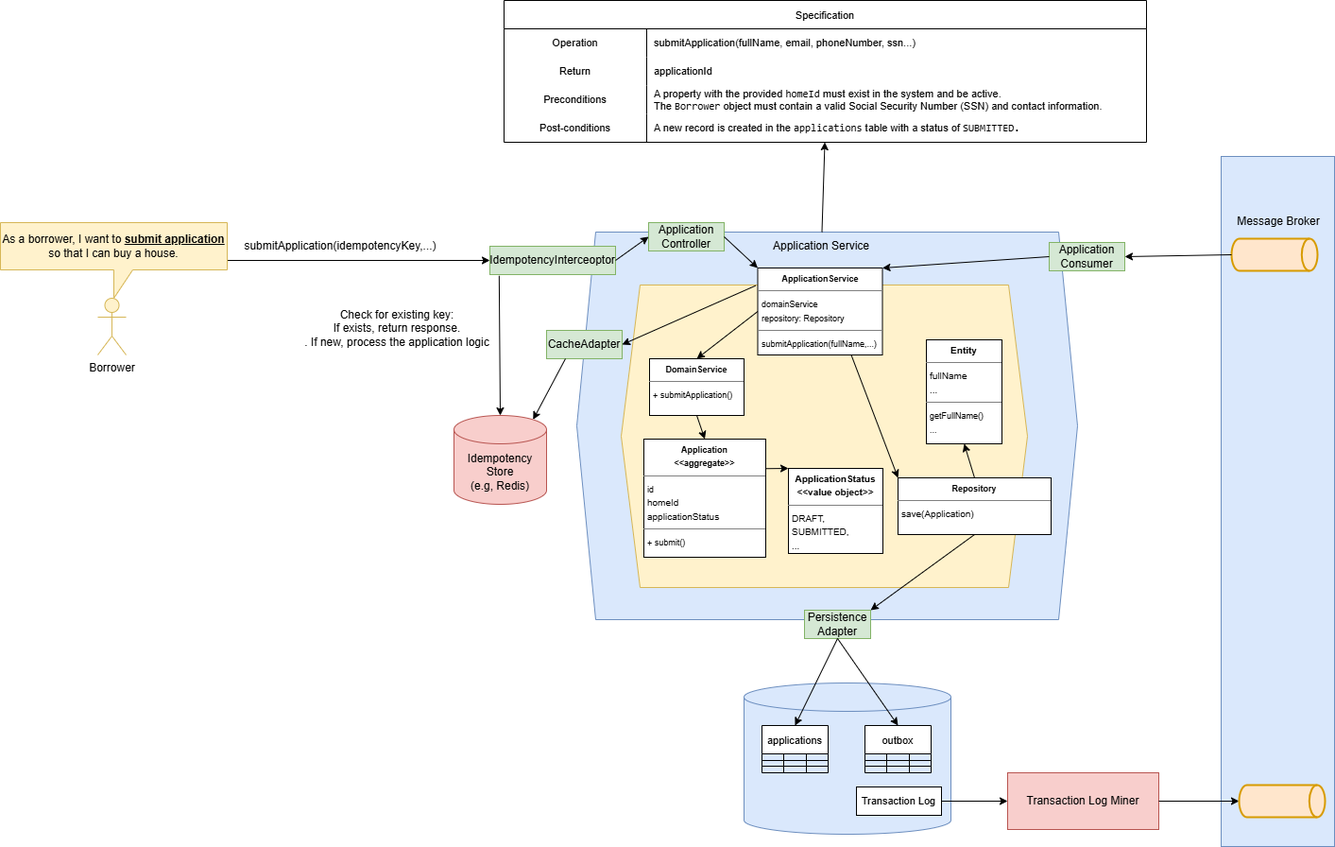
Earlier version of the draw.io export 02-architecture/05-service-design.png (huynm20051990/loan-origination-system). Source tidied: cells renumbered, new cells last; positions are measured from the earlier drawing's top-left corner, leaving out a move shared by most shapes.
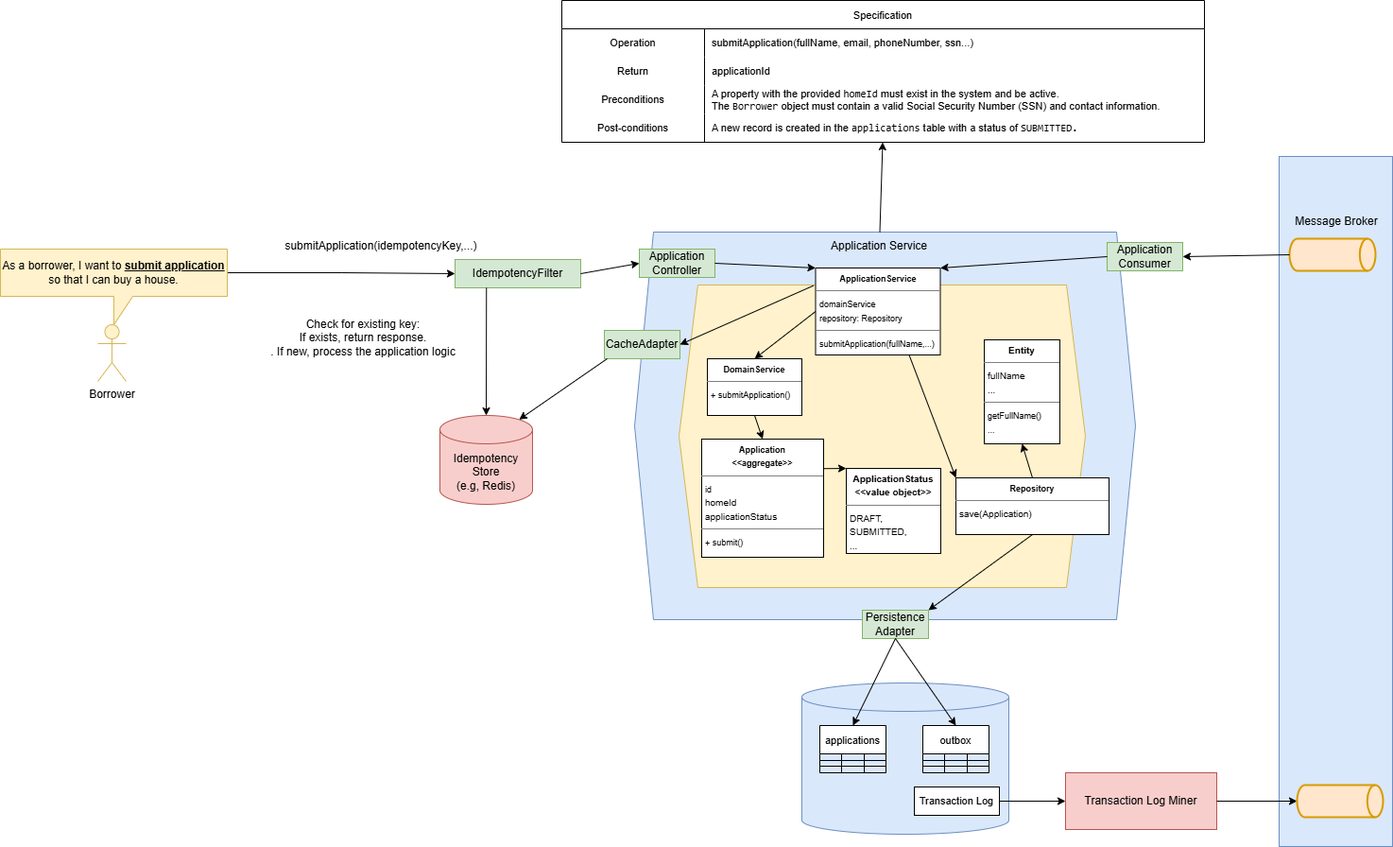
The same diagram one commit later.

Commit message:
Fix small issue in service design

The edit, as a diff of the source:
```diff
@@ -3,13 +3,13 @@
     <mxCell id="0" />
     <mxCell id="1" parent="0" />
     <mxCell id="2" value="Borrower" style="shape=umlActor;verticalLabelPosition=bottom;verticalAlign=top;html=1;fillColor=#fff2cc;strokeColor=#d6b656;" parent="1" vertex="1">
-      <mxGeometry x="103" y="315" width="30" height="60" as="geometry" />
+      <mxGeometry x="42" y="343" width="30" height="60" as="geometry" />
     </mxCell>
-    <mxCell id="3" style="edgeStyle=orthogonalEdgeStyle;rounded=0;jettySize=auto;html=1;entryX=0;entryY=0.5;entryDx=0;entryDy=0;" parent="1" edge="1" source="4" target="77">
+    <mxCell id="3" style="edgeStyle=orthogonalEdgeStyle;rounded=0;jettySize=auto;html=1;entryX=0;entryY=0.5;entryDx=0;entryDy=0;exitX=0;exitY=0;exitDx=240;exitDy=25;exitPerimeter=0;" parent="1" edge="1" source="4" target="77">
       <mxGeometry relative="1" as="geometry" />
     </mxCell>
     <mxCell id="4" value="As a borrower, I want to &lt;b&gt;&lt;u&gt;submit application&lt;/u&gt;&lt;/b&gt; so that I can buy a house." style="shape=callout;whiteSpace=wrap;html=1;perimeter=calloutPerimeter;fillColor=#fff2cc;strokeColor=#d6b656;" parent="1" vertex="1">
-      <mxGeometry y="235" width="240" height="80" as="geometry" />
+      <mxGeometry x="-61" y="263" width="240" height="80" as="geometry" />
     </mxCell>
     <mxCell id="5" style="shape=hexagon;perimeter=hexagonPerimeter2;whiteSpace=wrap;html=1;fixedSize=1;fillColor=#dae8fc;strokeColor=#6c8ebf;" parent="1" vertex="1">
       <mxGeometry x="610" y="245" width="530" height="410" as="geometry" />
@@ -18,7 +18,7 @@
       <mxGeometry x="657" y="301" width="430" height="320" as="geometry" />
     </mxCell>
     <mxCell id="7" value="submitApplication(idempotencyKey,...)" style="text;html=1;whiteSpace=wrap;strokeColor=none;fillColor=none;align=center;verticalAlign=middle;rounded=0;" parent="1" vertex="1">
-      <mxGeometry x="330" y="245" width="60" height="30" as="geometry" />
+      <mxGeometry x="312" y="245" width="60" height="30" as="geometry" />
     </mxCell>
     <mxCell id="8" value="Specification" style="shape=table;startSize=30;rowLines=0;fontStyle=0;strokeColor=default;fontSize=11;" parent="1" vertex="1">
       <mxGeometry x="533" width="680" height="150" as="geometry" />
@@ -60,7 +60,7 @@
       <mxGeometry x="151" width="529" height="30" as="geometry" />
     </mxCell>
     <mxCell id="21" value="Application Controller" style="rounded=0;whiteSpace=wrap;html=1;fillColor=#d5e8d4;strokeColor=#82b366;" parent="1" vertex="1">
-      <mxGeometry x="686" y="235" width="80" height="30" as="geometry" />
+      <mxGeometry x="615" y="263" width="80" height="30" as="geometry" />
     </mxCell>
     <mxCell id="22" value="Persistence Adapter" style="rounded=0;whiteSpace=wrap;html=1;fillColor=#d5e8d4;strokeColor=#82b366;" parent="1" vertex="1">
       <mxGeometry x="851" y="645" width="70" height="30" as="geometry" />
@@ -227,8 +227,8 @@
     <mxCell id="76" style="endArrow=classic;html=1;rounded=0;exitX=0.331;exitY=0.002;exitDx=0;exitDy=0;entryX=1;entryY=0.5;entryDx=0;entryDy=0;exitPerimeter=0;" parent="1" edge="1" source="6" target="83">
       <mxGeometry relative="1" as="geometry" />
     </mxCell>
-    <mxCell id="77" value="IdempotencyInterceoptor" style="rounded=0;whiteSpace=wrap;html=1;fillColor=#d5e8d4;strokeColor=#82b366;" parent="1" vertex="1">
-      <mxGeometry x="518" y="260" width="133" height="30" as="geometry" />
+    <mxCell id="77" value="IdempotencyFilter" style="rounded=0;whiteSpace=wrap;html=1;fillColor=#d5e8d4;strokeColor=#82b366;" parent="1" vertex="1">
+      <mxGeometry x="420" y="274" width="133" height="30" as="geometry" />
     </mxCell>
     <mxCell id="78" value="Application Service" style="text;html=1;whiteSpace=wrap;strokeColor=none;fillColor=none;align=center;verticalAlign=middle;rounded=0;" parent="1" vertex="1">
       <mxGeometry x="804" y="245" width="130" height="30" as="geometry" />
@@ -237,13 +237,13 @@
       <mxGeometry relative="1" as="geometry" />
     </mxCell>
     <mxCell id="80" value="Idempotency Store&lt;br&gt;(e.g, Redis)" style="shape=cylinder3;whiteSpace=wrap;html=1;boundedLbl=1;backgroundOutline=1;size=15;fillColor=#f8cecc;strokeColor=#b85450;" parent="1" vertex="1">
-      <mxGeometry x="480" y="439" width="98" height="94" as="geometry" />
+      <mxGeometry x="404" y="439" width="98" height="94" as="geometry" />
     </mxCell>
-    <mxCell id="81" style="endArrow=classic;html=1;rounded=0;exitX=0.074;exitY=1.041;exitDx=0;exitDy=0;entryX=0.5;entryY=0;entryDx=0;entryDy=0;entryPerimeter=0;exitPerimeter=0;" parent="1" edge="1" source="77" target="80">
+    <mxCell id="81" style="endArrow=classic;html=1;rounded=0;exitX=0.25;exitY=1;exitDx=0;exitDy=0;entryX=0.5;entryY=0;entryDx=0;entryDy=0;entryPerimeter=0;" parent="1" edge="1" source="77" target="80">
       <mxGeometry relative="1" as="geometry" />
     </mxCell>
     <mxCell id="82" value="Check for existing key:&lt;br&gt;If exists, return response.&lt;br&gt;. If new, process the application logic" style="text;html=1;whiteSpace=wrap;strokeColor=none;fillColor=none;align=center;verticalAlign=middle;rounded=0;" parent="1" vertex="1">
-      <mxGeometry x="270" y="315" width="300" height="64" as="geometry" />
+      <mxGeometry x="173" y="325" width="300" height="64" as="geometry" />
     </mxCell>
     <mxCell id="83" value="CacheAdapter" style="rounded=0;whiteSpace=wrap;html=1;fillColor=#d5e8d4;strokeColor=#82b366;" parent="1" vertex="1">
       <mxGeometry x="578" y="349" width="80" height="30" as="geometry" />
@@ -251,8 +251,10 @@
     <mxCell id="84" style="endArrow=classic;html=1;rounded=0;exitX=0;exitY=0.5;exitDx=0;exitDy=0;entryX=0.5;entryY=0;entryDx=0;entryDy=0;" parent="1" edge="1" source="63" target="64">
       <mxGeometry relative="1" as="geometry" />
     </mxCell>
-    <mxCell id="85" style="endArrow=classic;html=1;rounded=0;exitX=0.25;exitY=1;exitDx=0;exitDy=0;entryX=0.855;entryY=0;entryDx=0;entryDy=4.35;entryPerimeter=0;" parent="1" edge="1" source="83" target="80">
-      <mxGeometry relative="1" as="geometry" />
+    <mxCell id="85" style="endArrow=classic;html=1;rounded=0;exitX=0.25;exitY=1;exitDx=0;exitDy=0;entryX=0.855;entryY=0;entryDx=0;entryDy=4.35;entryPerimeter=0;" parent="1" edge="1" target="80">
+      <mxGeometry relative="1" as="geometry">
+        <mxPoint x="581" y="379" as="sourcePoint" />
+      </mxGeometry>
     </mxCell>
   </root>
 </mxGraphModel>
```
